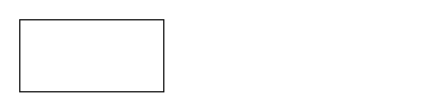
Above: 未命名绘图.drawio in 1920629126/SSM (draw.io), before the change. Source tidied: cells renumbered, new cells numbered last; positions are measured from the earlier drawing's top-left corner, leaving out a move shared by most shapes. Both pictures are drawn from the tidied source at 120%, with x=0, y=0 at pixel (19, 19).
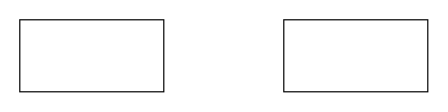
After the change.

Commit message:
更新未命名绘图.drawio

The edit, as a diff of the source:
```diff
@@
 <mxGraphModel>
   <root>
     <mxCell id="0" />
     <mxCell id="1" parent="0" />
     <mxCell id="2" style="rounded=0;whiteSpace=wrap;html=1;" parent="1" vertex="1">
       <mxGeometry width="120" height="60" as="geometry" />
     </mxCell>
+    <mxCell id="3" style="rounded=0;whiteSpace=wrap;html=1;" parent="1" vertex="1">
+      <mxGeometry x="220" width="120" height="60" as="geometry" />
+    </mxCell>
   </root>
 </mxGraphModel>
```
